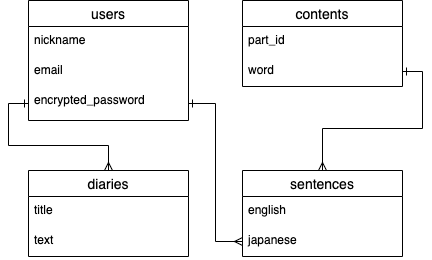
Earlier version of the draw.io export ER.drawio.png (Chukoto/wordstock). Source tidied: cells renumbered, new cells last; positions are measured from the earlier drawing's top-left corner, leaving out a move shared by most shapes.
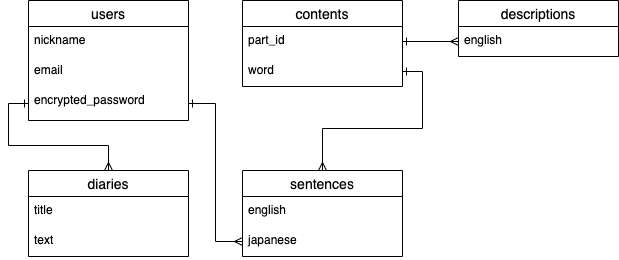
After the commit.

Commit message:
ER図に、descriptionsテーブル追記

Change to the diagram source:
```diff
@@ -50,5 +50,14 @@
     <mxCell id="17" style="edgeStyle=orthogonalEdgeStyle;rounded=0;jettySize=auto;html=1;exitX=1;exitY=0.5;exitDx=0;exitDy=0;entryX=0;entryY=0.5;entryDx=0;entryDy=0;startArrow=ERone;startFill=0;endArrow=ERmany;endFill=0;" parent="1" edge="1" source="5" target="11">
       <mxGeometry relative="1" as="geometry" />
     </mxCell>
+    <mxCell id="18" value="descriptions" style="swimlane;fontStyle=0;horizontal=1;startSize=26;align=center;fontSize=14;" parent="1" vertex="1">
+      <mxGeometry x="430" width="160" height="56" as="geometry" />
+    </mxCell>
+    <mxCell id="19" value="english" style="text;strokeColor=none;fillColor=none;spacingLeft=4;spacingRight=4;overflow=hidden;points=[[0,0.5],[1,0.5]];portConstraint=eastwest;fontSize=12;" parent="18" vertex="1">
+      <mxGeometry y="26" width="160" height="30" as="geometry" />
+    </mxCell>
+    <mxCell id="20" style="edgeStyle=orthogonalEdgeStyle;rounded=0;jettySize=auto;html=1;exitX=0;exitY=0.5;exitDx=0;exitDy=0;entryX=1;entryY=0.5;entryDx=0;entryDy=0;endArrow=ERone;endFill=0;startArrow=ERmany;startFill=0;" parent="1" edge="1" source="19" target="7">
+      <mxGeometry relative="1" as="geometry" />
+    </mxCell>
   </root>
 </mxGraphModel>
```
